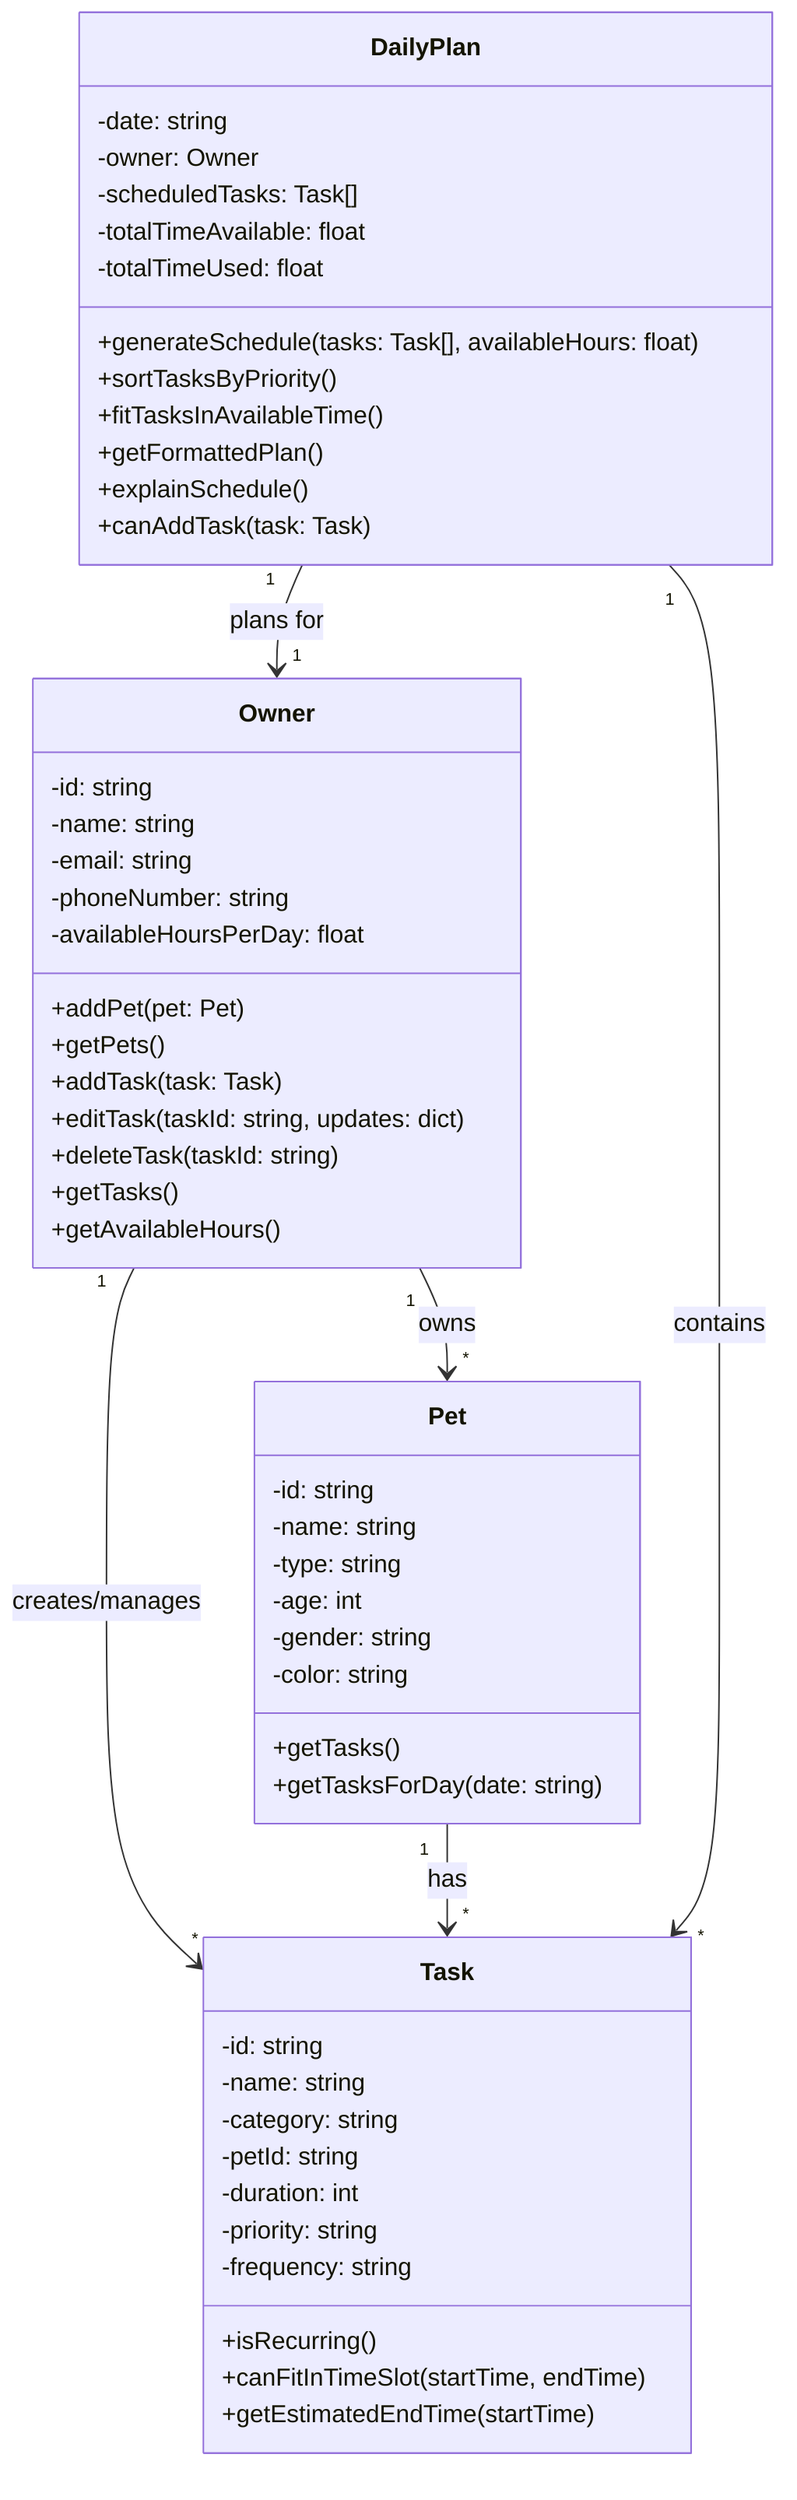
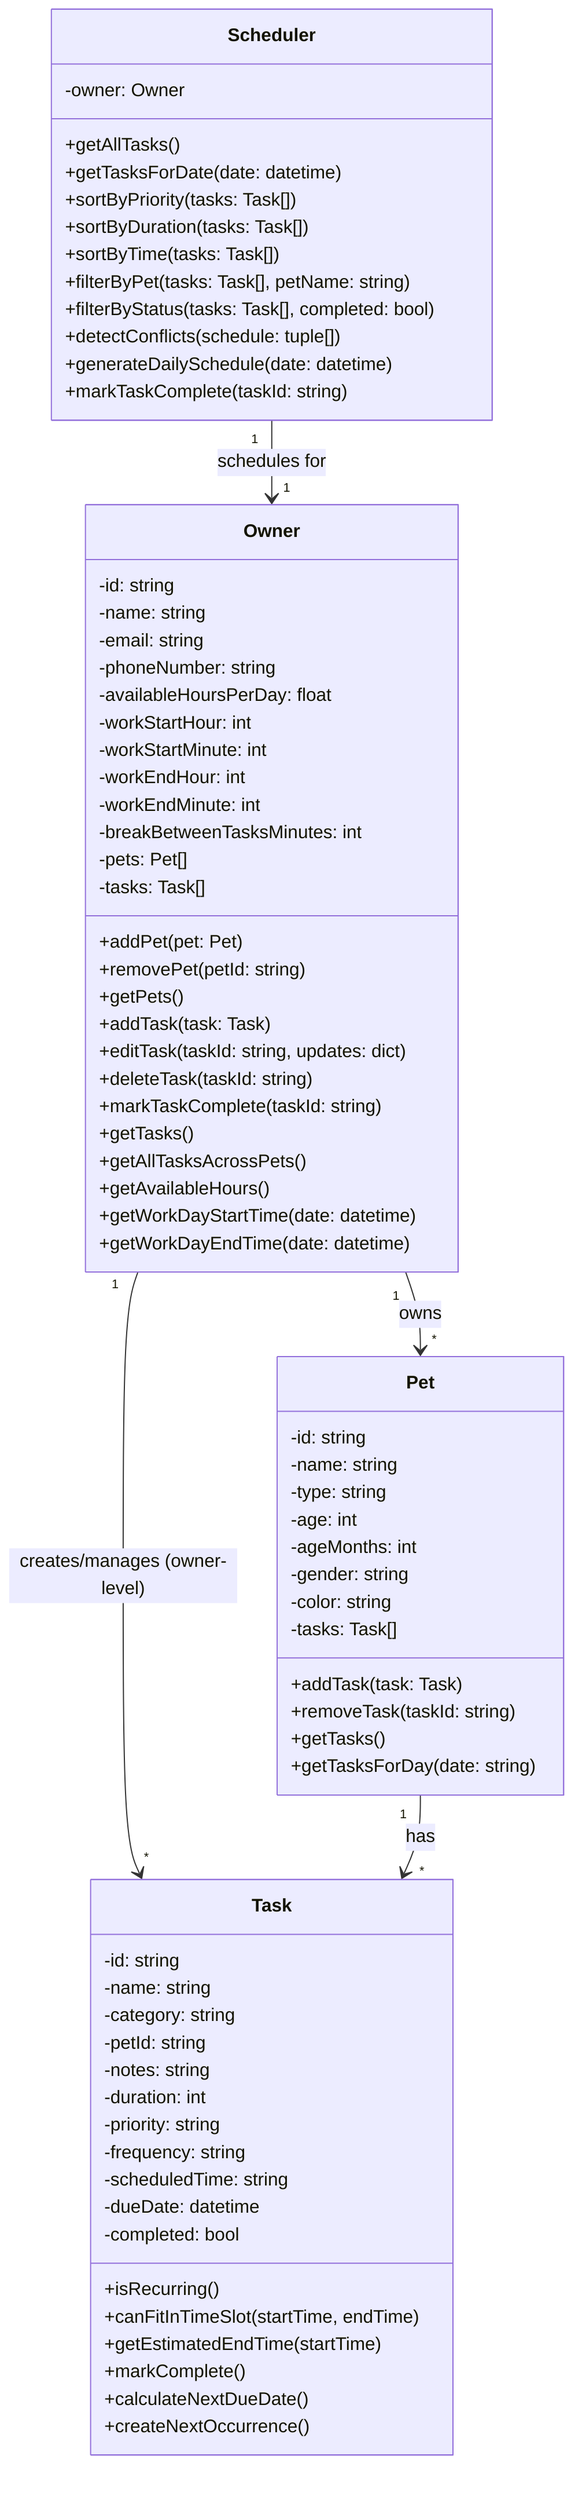
classDiagram
    %% ============================================================
    %% CORE CLASSES (IMPLEMENTED)
    %% ============================================================

    class Owner {
        %% Unique identifier and contact info
        -id: string
        -name: string
        -email: string
        -phoneNumber: string
-         %% Time constraint for daily planning
+         %% Time constraints for daily planning
        -availableHoursPerDay: float
+         -workStartHour: int
+         -workStartMinute: int
+         -workEndHour: int
+         -workEndMinute: int
+         -breakBetweenTasksMinutes: int
+         -pets: Pet[]
+         -tasks: Task[]

        %% Pet management
        +addPet(pet: Pet)
+         +removePet(petId: string)
        +getPets()

        %% Task management
        +addTask(task: Task)
        +editTask(taskId: string, updates: dict)
        +deleteTask(taskId: string)
+         +markTaskComplete(taskId: string)
        +getTasks()
+         +getAllTasksAcrossPets()

        %% Scheduling
        +getAvailableHours()
+         +getWorkDayStartTime(date: datetime)
+         +getWorkDayEndTime(date: datetime)
    }

    class Pet {
        %% Basic pet information
        -id: string
        -name: string
        -type: string
        -age: int
+         -ageMonths: int
        -gender: string
        -color: string
+         -tasks: Task[]

-         %% Task retrieval
+         %% Task management
+         +addTask(task: Task)
+         +removeTask(taskId: string)
        +getTasks()
        +getTasksForDay(date: string)
    }

    class Task {
        %% Task identification and metadata
        -id: string
        -name: string
        -category: string
        -petId: string
+         -notes: string

        %% Scheduling parameters
        -duration: int
        -priority: string
        -frequency: string
+         -scheduledTime: string
+         -dueDate: datetime
+         -completed: bool

        %% Task behavior
        +isRecurring()
        +canFitInTimeSlot(startTime, endTime)
        +getEstimatedEndTime(startTime)
+         +markComplete()
+         +calculateNextDueDate()
+         +createNextOccurrence()
    }

-     class DailyPlan {
-         %% Plan metadata
-         -date: string
+     class Scheduler {
+         %% The "brain" that operates across an owner's pets
        -owner: Owner

-         %% Schedule data
-         -scheduledTasks: Task[]
-         -totalTimeAvailable: float
-         -totalTimeUsed: float
+         %% Aggregation and lookup
+         +getAllTasks()
+         +getTasksForDate(date: datetime)

-         %% Schedule generation and manipulation
-         +generateSchedule(tasks: Task[], availableHours: float)
-         +sortTasksByPriority()
-         +fitTasksInAvailableTime()
+         %% Algorithmic features
+         +sortByPriority(tasks: Task[])
+         +sortByDuration(tasks: Task[])
+         +sortByTime(tasks: Task[])
+         +filterByPet(tasks: Task[], petName: string)
+         +filterByStatus(tasks: Task[], completed: bool)
+         +detectConflicts(schedule: tuple[])
+         +generateDailySchedule(date: datetime)

-         %% Plan output and explanation
-         +getFormattedPlan()
-         +explainSchedule()
-         +canAddTask(task: Task)
+         %% Task completion
+         +markTaskComplete(taskId: string)
    }

    %% ============================================================
    %% CORE RELATIONSHIPS
    %% ============================================================
    Owner "1" --> "*" Pet : owns
-     Owner "1" --> "*" Task : creates/manages
+     Owner "1" --> "*" Task : creates/manages (owner-level)
    Pet "1" --> "*" Task : has
-     DailyPlan "1" --> "1" Owner : plans for
-     DailyPlan "1" --> "*" Task : contains
+     Scheduler "1" --> "1" Owner : schedules for

    %% ============================================================
    %% FUTURE ENHANCEMENTS (NOT YET IMPLEMENTED)
    %% ============================================================

    %% FUTURE: TimeSlot class for conflict detection and gap management
    %% class TimeSlot {
    %%     -id: string
    %%     -startTime: datetime
    %%     -endTime: datetime
    %%     -isAvailable: boolean
    %%     +overlaps(other: TimeSlot)
    %%     +duration()
    %% }

    %% FUTURE: Preference class for scheduling constraints and owner preferences
    %% class Preference {
    %%     -id: string
    %%     -ownerId: string
    %%     -type: string
    %%     -rule: string
    %%     -priority: int
-     %%     +apply(schedule: DailyPlan)
+     %%     +apply(schedule: tuple[])
    %%     +validate(task: Task)
    %% }

    %% FUTURE: TaskTemplate for reusable recurring task blueprints
    %% class TaskTemplate {
    %%     -id: string
    %%     -name: string
    %%     -duration: int
    %%     -category: string
    %%     -defaultPriority: string
    %%     +createInstance(date: string): Task
    %%     +getRecurrencePattern()
    %% }

    %% FUTURE: ScheduleResult enum for operation status
    %% class ScheduleResult {
    %%     SUCCESS
    %%     INSUFFICIENT_TIME
    %%     CONFLICTING_TASKS
    %%     INVALID_CONSTRAINTS
    %% }

    %% FUTURE: Notification system for task reminders
    %% class Notification {
    %%     -id: string
    %%     -ownerId: string
    %%     -taskId: string
    %%     -scheduledTime: datetime
    %%     -type: string
    %%     +send()
    %%     +markAsRead()
    %% }

    %% FUTURE: PetHealthProfile for medical history and dietary info
    %% class PetHealthProfile {
    %%     -id: string
    %%     -petId: string
    %%     -allergies: string[]
    %%     -medicalHistory: string[]
    %%     -dietaryRestrictions: string[]
    %%     -vaccinations: dict
    %%     +updateAllergy(allergy: string)
    %%     +getHealthSummary()
    %% }

    %% FUTURE: TaskDependency for task ordering constraints
    %% class TaskDependency {
    %%     -id: string
    %%     -dependentTaskId: string
    %%     -prerequisiteTaskId: string
    %%     -mustPrecedeBy: int
-     %%     +isSatisfied(schedule: DailyPlan)
+     %%     +isSatisfied(schedule: tuple[])
    %% }

    %% FUTURE: Relationships for enhanced features
    %% Owner "1" --> "*" Preference : has
    %% Owner "1" --> "*" Notification : receives
    %% Pet "1" --> "1" PetHealthProfile : has
    %% Task "1" --> "*" TaskDependency : has
-     %% DailyPlan --> TimeSlot : uses
+     %% Scheduler --> TimeSlot : uses
